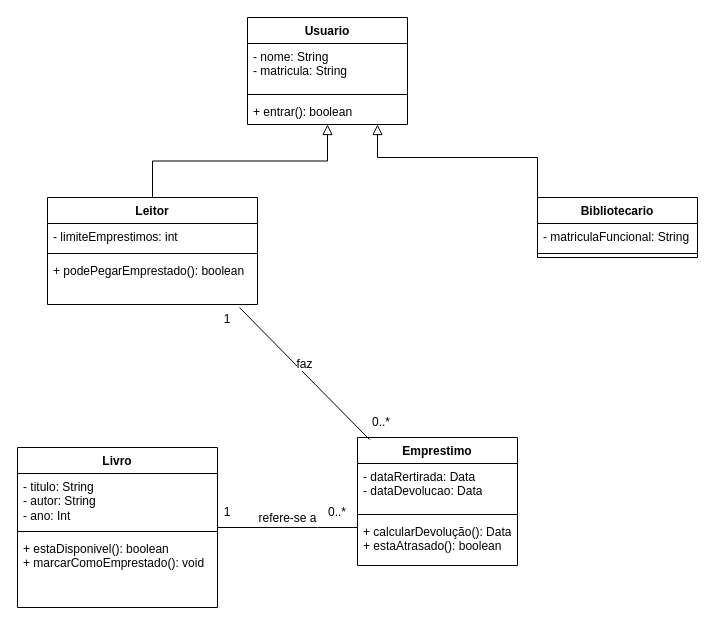
Before: aula19-diagrama-classes/diagrama-classes.drawio in mmayzy/BiblioTech, a draw.io diagram. Source tidied: cells renumbered, new cells numbered last; positions are measured from the earlier drawing's top-left corner, leaving out a move shared by most shapes. Both pictures are drawn from the tidied source at 100%, with x=0, y=0 at pixel (17, 17).
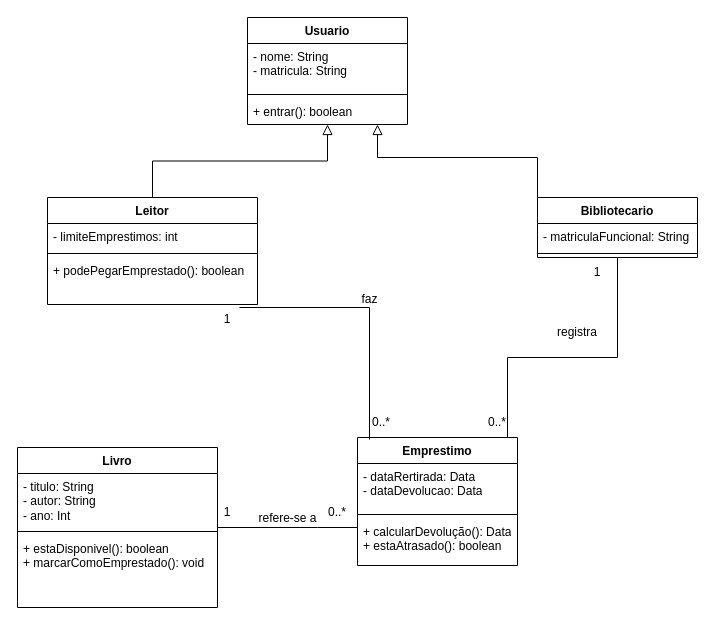
Above is the later version.

Unchanged cells that the change refers to:
```xml
<mxCell id="10" value="+ podePegarEmprestado(): boolean" style="text;strokeColor=none;fillColor=none;align=left;verticalAlign=top;spacingLeft=4;spacingRight=4;overflow=hidden;points=[[0,0.5],[1,0.5]];portConstraint=eastwest;whiteSpace=wrap;html=1;" parent="7" vertex="1">
  <mxGeometry y="60" width="210" height="47" as="geometry" />
</mxCell>
<mxCell id="19" value="Emprestimo" style="swimlane;fontStyle=1;align=center;verticalAlign=top;horizontal=1;startSize=26;whiteSpace=wrap;html=1;" parent="1" vertex="1">
  <mxGeometry x="340" y="420" width="160" height="128" as="geometry" />
</mxCell>
```

Change to the diagram source:
```diff
@@
-    <mxCell id="24" value="faz" style="html=1;verticalAlign=bottom;endArrow=none;curved=0;rounded=0;fontSize=12;startSize=8;endSize=8;entryX=0.075;entryY=0.016;entryDx=0;entryDy=0;entryPerimeter=0;exitX=0.914;exitY=1.064;exitDx=0;exitDy=0;exitPerimeter=0;endFill=0;" parent="1" edge="1" source="10" target="19">
+    <mxCell id="24" value="faz" style="html=1;verticalAlign=bottom;endArrow=none;rounded=0;fontSize=12;startSize=8;endSize=8;entryX=0.075;entryY=0.016;entryDx=0;entryDy=0;entryPerimeter=0;exitX=0.914;exitY=1.064;exitDx=0;exitDy=0;exitPerimeter=0;endFill=0;edgeStyle=orthogonalEdgeStyle;" parent="1" edge="1" source="10" target="19">
       <mxGeometry relative="1" as="geometry" />
     </mxCell>
@@
+    <mxCell id="29" style="edgeStyle=orthogonalEdgeStyle;rounded=0;orthogonalLoop=1;jettySize=auto;html=1;exitX=1;exitY=0;exitDx=0;exitDy=0;fontSize=12;startSize=8;endSize=8;endArrow=none;endFill=0;" parent="1" edge="1">
+      <mxGeometry relative="1" as="geometry">
+        <mxPoint x="490" y="420" as="sourcePoint" />
+        <mxPoint x="600" y="240" as="targetPoint" />
+        <Array as="points">
+          <mxPoint x="490" y="340" />
+          <mxPoint x="600" y="340" />
+        </Array>
+      </mxGeometry>
+    </mxCell>
+    <mxCell id="30" value="1" style="text;html=1;whiteSpace=wrap;strokeColor=none;fillColor=none;align=center;verticalAlign=middle;rounded=0;" parent="1" vertex="1">
+      <mxGeometry x="550" y="240" width="60" height="30" as="geometry" />
+    </mxCell>
+    <mxCell id="31" value="0..*" style="text;html=1;whiteSpace=wrap;strokeColor=none;fillColor=none;align=center;verticalAlign=middle;rounded=0;" parent="1" vertex="1">
+      <mxGeometry x="450" y="390" width="60" height="30" as="geometry" />
+    </mxCell>
+    <mxCell id="32" value="registra" style="text;html=1;whiteSpace=wrap;strokeColor=none;fillColor=none;align=center;verticalAlign=middle;rounded=0;" parent="1" vertex="1">
+      <mxGeometry x="530" y="300" width="60" height="30" as="geometry" />
+    </mxCell>
```
